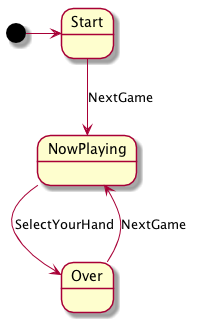
Above: out/state/state.png in ababup1192/rps (PlantUML), before the change.
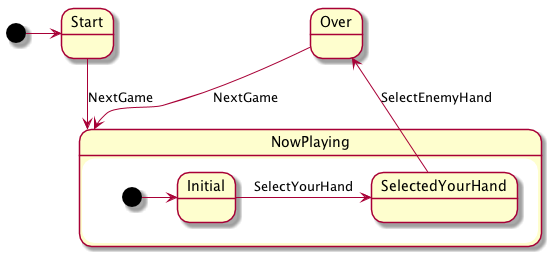
Later version of the same file.

What changed in the source:
```diff
@@ -2,7 +2,12 @@
 
 [*] -> Start
 Start --> NowPlaying : NextGame
-NowPlaying --> Over : SelectYourHand
 Over --> NowPlaying : NextGame
 
+state NowPlaying {
+  [*] -> Initial
+  Initial -> SelectedYourHand : SelectYourHand
+  SelectedYourHand -> Over : SelectEnemyHand
+}
+
 @enduml
```
